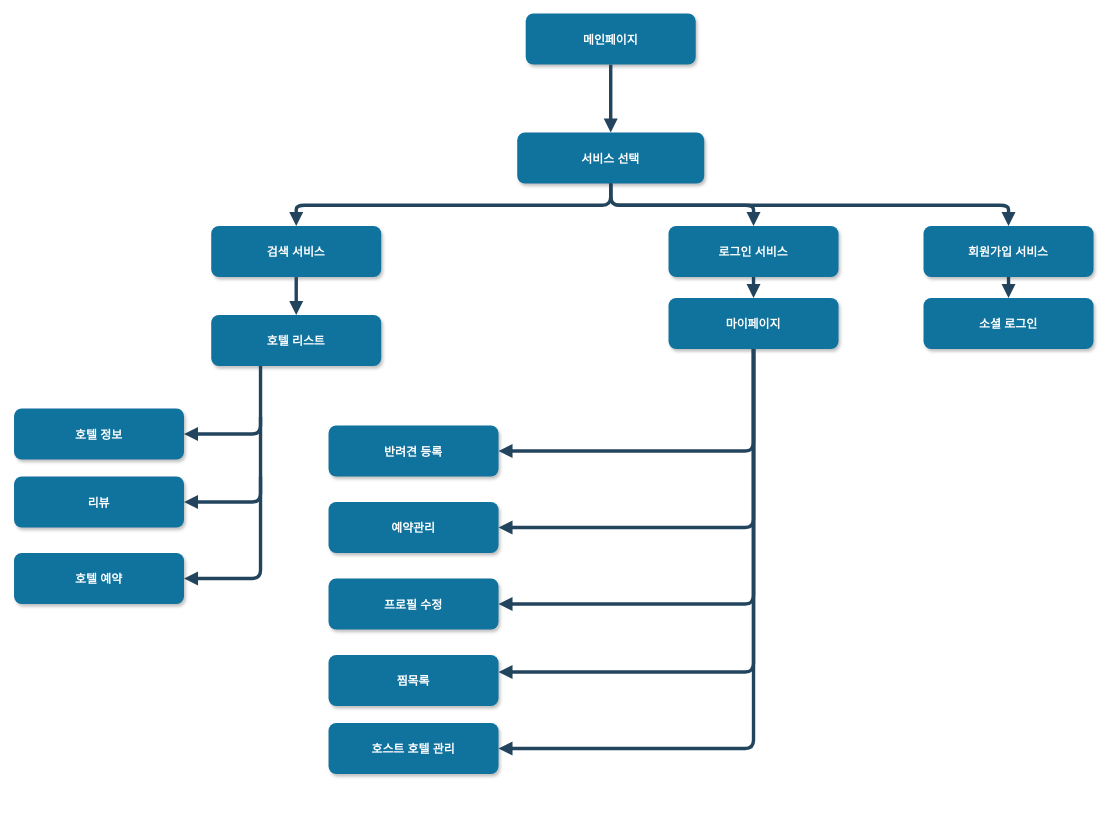
This is NMSM.drawio from koreait0000/NMSM, a draw.io file, before an edit. Source tidied: cells renumbered, new cells numbered last; positions are measured from the earlier drawing's top-left corner, leaving out a move shared by most shapes. Both pictures are drawn from the tidied source at 85%, with x=0, y=0 at pixel (14, 14).
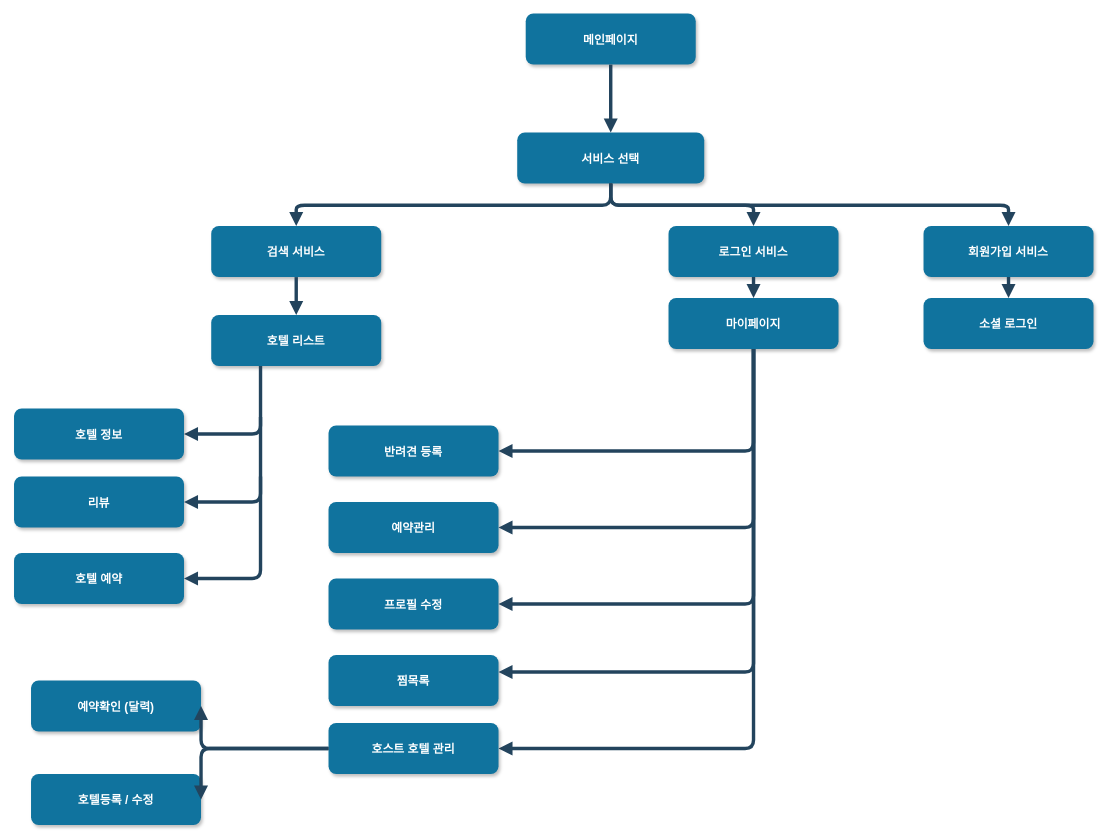
The same diagram, later.

The change refers to these unchanged cells:
```xml
<mxCell id="21" value="호스트 호텔 관리" style="rounded=1;fillColor=#10739E;strokeColor=none;shadow=1;gradientColor=none;fontStyle=1;fontColor=#FFFFFF;fontSize=14;" parent="1" vertex="1">
  <mxGeometry x="370" y="834" width="200" height="60" as="geometry" />
</mxCell>
```

Diff of the diagram source:
```diff
@@
+    <mxCell id="33" value="예약확인 (달력)" style="rounded=1;fillColor=#10739E;strokeColor=none;shadow=1;gradientColor=none;fontStyle=1;fontColor=#FFFFFF;fontSize=14;" parent="1" vertex="1">
+      <mxGeometry x="20" y="784" width="200" height="60" as="geometry" />
+    </mxCell>
+    <mxCell id="34" value="호텔등록 / 수정" style="rounded=1;fillColor=#10739E;strokeColor=none;shadow=1;gradientColor=none;fontStyle=1;fontColor=#FFFFFF;fontSize=14;" parent="1" vertex="1">
+      <mxGeometry x="20" y="894" width="200" height="60" as="geometry" />
+    </mxCell>
+    <mxCell id="35" style="edgeStyle=elbowEdgeStyle;elbow=vertical;strokeWidth=4;endArrow=block;endFill=1;fontStyle=1;strokeColor=#23445D;entryX=1;entryY=0.5;entryDx=0;entryDy=0;exitX=0;exitY=0.5;exitDx=0;exitDy=0;" parent="1" edge="1" source="21" target="34">
+      <mxGeometry x="-368" y="439.5" as="geometry">
+        <Array as="points">
+          <mxPoint x="290" y="864" />
+          <mxPoint x="142" y="483.5" />
+        </Array>
+      </mxGeometry>
+    </mxCell>
+    <mxCell id="36" style="edgeStyle=elbowEdgeStyle;elbow=vertical;strokeWidth=4;endArrow=block;endFill=1;fontStyle=1;strokeColor=#23445D;entryX=1;entryY=0.5;entryDx=0;entryDy=0;exitX=0;exitY=0.5;exitDx=0;exitDy=0;" parent="1" edge="1" source="21" target="33">
+      <mxGeometry x="-250" y="179.5" as="geometry">
+        <Array as="points">
+          <mxPoint x="320" y="864" />
+          <mxPoint x="580" y="813.5" />
+          <mxPoint x="260" y="223.5" />
+        </Array>
+      </mxGeometry>
+    </mxCell>
```
